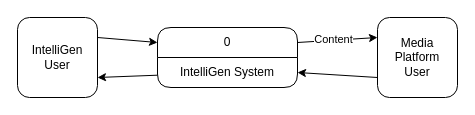
The draw.io diagram SENG 321/RSDCFD.drawio in amirabdullahi1/gold, before the edit. Source tidied: cells renumbered, new cells numbered last; positions are measured from the earlier drawing's top-left corner, leaving out a move shared by most shapes. Both pictures are drawn from the tidied source at 100%, with x=0, y=0 at pixel (17, 17).
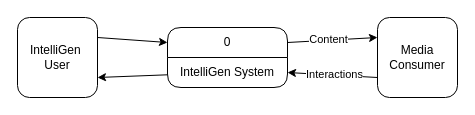
After the change.

Diff of the diagram source:
```diff
@@
 <mxGraphModel>
   <root>
     <mxCell id="0" />
     <mxCell id="1" parent="0" />
     <mxCell id="2" style="rounded=0;jettySize=auto;html=1;exitX=1;exitY=0.25;exitDx=0;exitDy=0;entryX=0;entryY=0.25;entryDx=0;entryDy=0;" parent="1" edge="1" source="4" target="9">
       <mxGeometry relative="1" as="geometry" />
     </mxCell>
     <mxCell id="3" value="Content" style="edgeLabel;html=1;align=center;verticalAlign=middle;" parent="2" vertex="1">
       <mxGeometry x="-0.1" y="1" relative="1" as="geometry" />
     </mxCell>
     <mxCell id="4" value="0" style="swimlane;fontStyle=0;horizontal=1;startSize=30;whiteSpace=wrap;html=1;rounded=1;" parent="1" vertex="1">
-      <mxGeometry x="140" y="10" width="140" height="60" as="geometry" />
+      <mxGeometry x="150" y="10" width="120" height="60" as="geometry" />
     </mxCell>
     <mxCell id="5" value="IntelliGen System" style="text;strokeColor=none;fillColor=none;align=center;verticalAlign=middle;spacingLeft=4;spacingRight=4;overflow=hidden;points=[[0,0.5],[1,0.5]];portConstraint=eastwest;whiteSpace=wrap;html=1;" parent="4" vertex="1">
-      <mxGeometry y="30" width="140" height="30" as="geometry" />
+      <mxGeometry y="30" width="120" height="30" as="geometry" />
     </mxCell>
     <mxCell id="6" style="rounded=0;jettySize=auto;html=1;entryX=0;entryY=0.25;entryDx=0;entryDy=0;exitX=1;exitY=0.25;exitDx=0;exitDy=0;" parent="1" edge="1" source="7" target="4">
       <mxGeometry relative="1" as="geometry" />
     </mxCell>
-    <mxCell id="7" value="&lt;div&gt;IntelliGen&lt;/div&gt;User" style="whiteSpace=wrap;html=1;rounded=1;" parent="1" vertex="1">
+    <mxCell id="7" value="&lt;div&gt;IntelliGen&amp;nbsp;&lt;/div&gt;&lt;div&gt;User&lt;/div&gt;" style="whiteSpace=wrap;html=1;rounded=1;" parent="1" vertex="1">
       <mxGeometry width="80" height="80" as="geometry" />
     </mxCell>
     <mxCell id="8" style="rounded=0;jettySize=auto;html=1;exitX=0;exitY=0.75;exitDx=0;exitDy=0;entryX=1;entryY=0.5;entryDx=0;entryDy=0;" parent="1" edge="1" source="9" target="5">
       <mxGeometry relative="1" as="geometry" />
     </mxCell>
+    <mxCell id="11" value="Interactions" style="edgeLabel;html=1;align=center;verticalAlign=middle;" parent="8" vertex="1">
+      <mxGeometry x="0.03" y="-1" relative="1" as="geometry">
+        <mxPoint x="2" as="offset" />
+      </mxGeometry>
+    </mxCell>
-    <mxCell id="9" value="&lt;div&gt;Media Platform&lt;/div&gt;&lt;div&gt;User&lt;/div&gt;" style="whiteSpace=wrap;html=1;rounded=1;" parent="1" vertex="1">
+    <mxCell id="9" value="&lt;div&gt;Media Consumer&lt;br&gt;&lt;/div&gt;" style="whiteSpace=wrap;html=1;rounded=1;" parent="1" vertex="1">
       <mxGeometry x="360" width="80" height="80" as="geometry" />
     </mxCell>
     <mxCell id="10" style="rounded=0;jettySize=auto;html=1;entryX=1;entryY=0.75;entryDx=0;entryDy=0;" parent="1" edge="1" source="5" target="7">
       <mxGeometry relative="1" as="geometry" />
     </mxCell>
   </root>
 </mxGraphModel>
```
